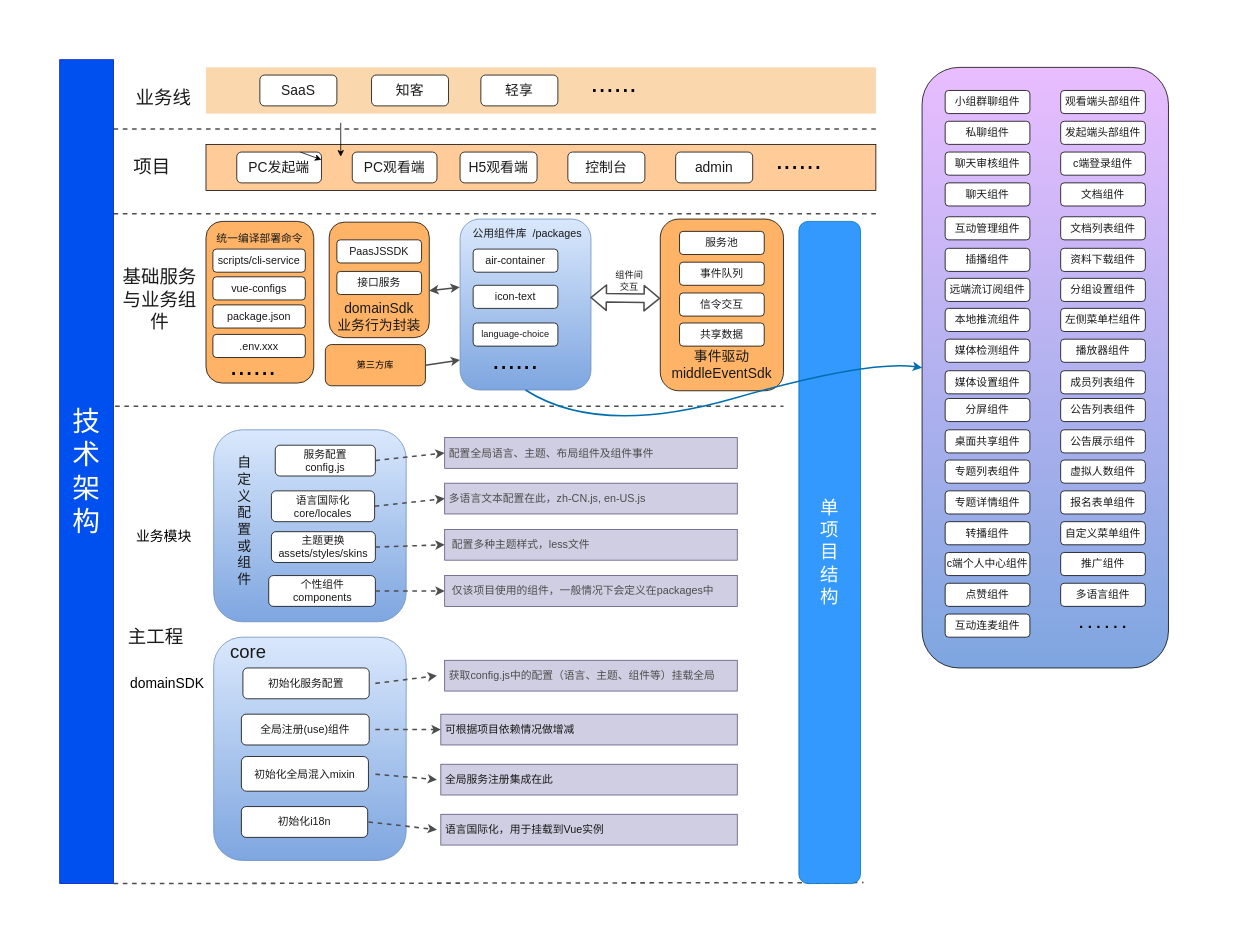
Earlier version of the draw.io diagram docs/项目架构.drawio (github-zoqg/vhall-platform). Source tidied: cells renumbered, new cells numbered last; positions are measured from the earlier drawing's top-left corner, leaving out a move shared by most shapes. Both pictures are drawn from the tidied source at 77%, with x=0, y=0 at pixel (13, 13).
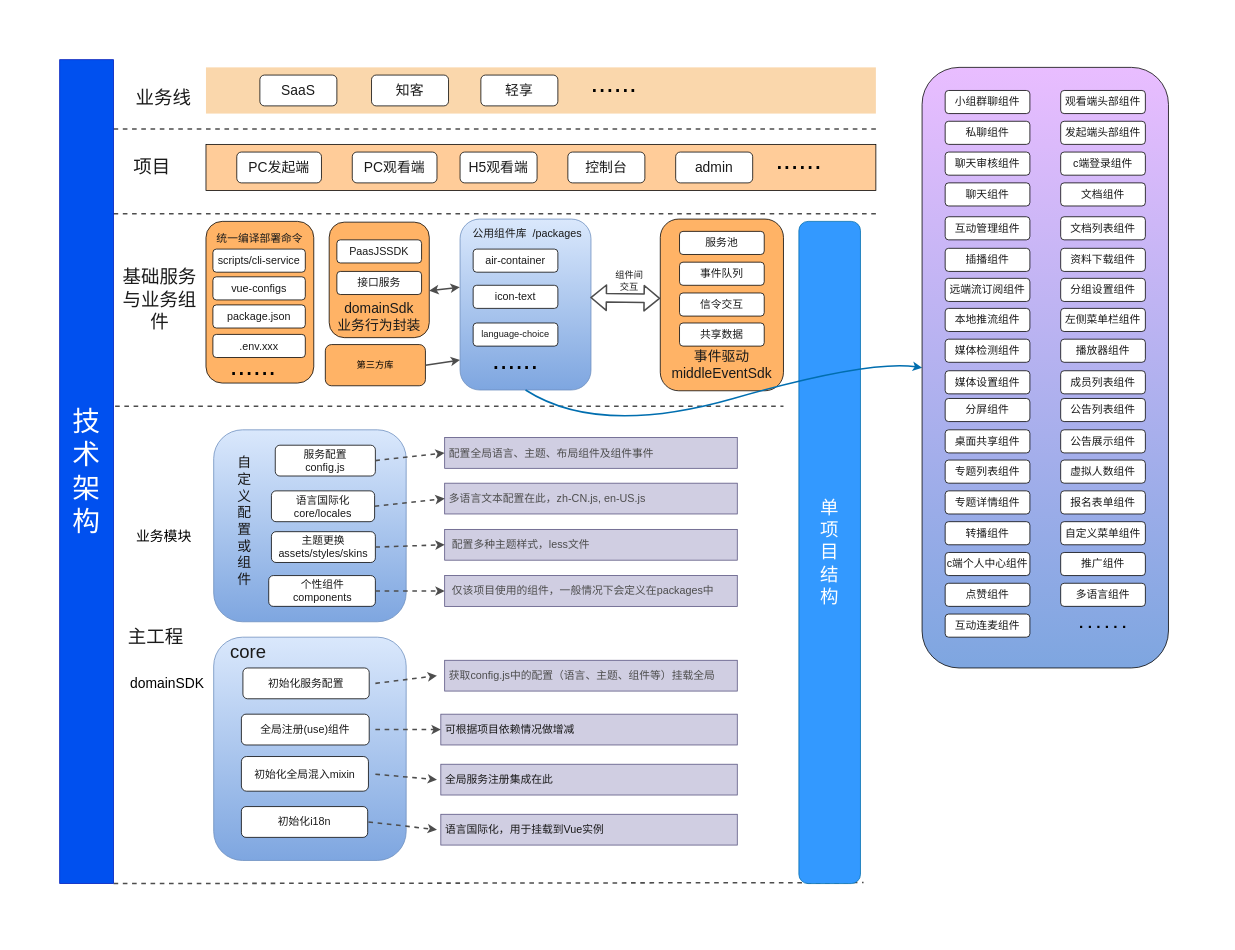
Above is the later version.

Unchanged cells that the change refers to:
```xml
<mxCell id="11" value="&lt;span style=&quot;font-size: 18px&quot;&gt;PC发起端&lt;/span&gt;" style="rounded=1;whiteSpace=wrap;html=1;fontColor=#1A1A1A;fillColor=#FFFFFF;" parent="1" vertex="1">
  <mxGeometry x="290" y="180" width="110" height="40" as="geometry" />
</mxCell>
```

The edit, as a diff of the source:
```diff
@@
-    <mxCell id="14" style="edgeStyle=none;html=1;exitX=0.75;exitY=0;exitDx=0;exitDy=0;entryX=1;entryY=0.25;entryDx=0;entryDy=0;fontColor=#1A1A1A;" parent="1" edge="1" source="11" target="11">
-      <mxGeometry relative="1" as="geometry" />
-    </mxCell>
-    <mxCell id="15" style="endArrow=classic;html=1;fontColor=#1A1A1A;" parent="1" edge="1">
-      <mxGeometry relative="1" as="geometry">
-        <mxPoint x="425" y="142" as="sourcePoint" />
-        <mxPoint x="425" y="186" as="targetPoint" />
-      </mxGeometry>
-    </mxCell>
```
